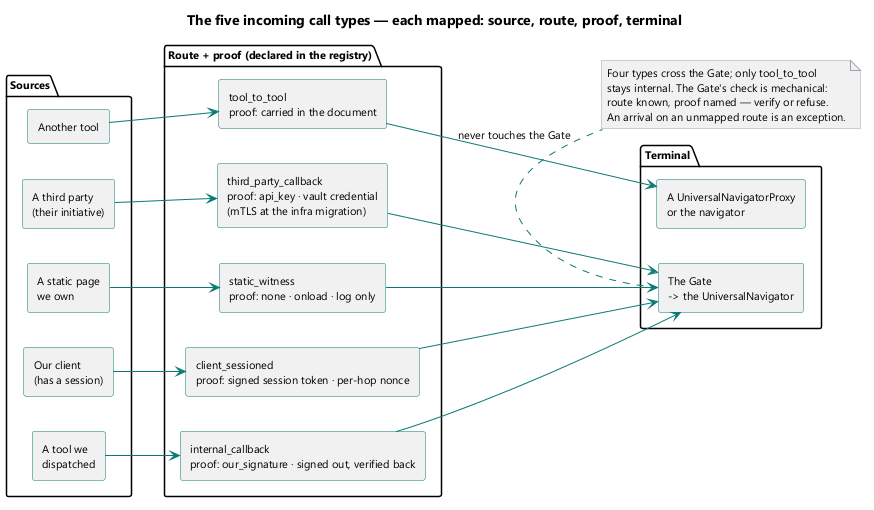
SkipSnow/ChatHealthyRepo keeps this PlantUML diagram as brain/machine_artifacts/diagramsAndImages/rendered/call_types_map.png. Above is the earlier version.
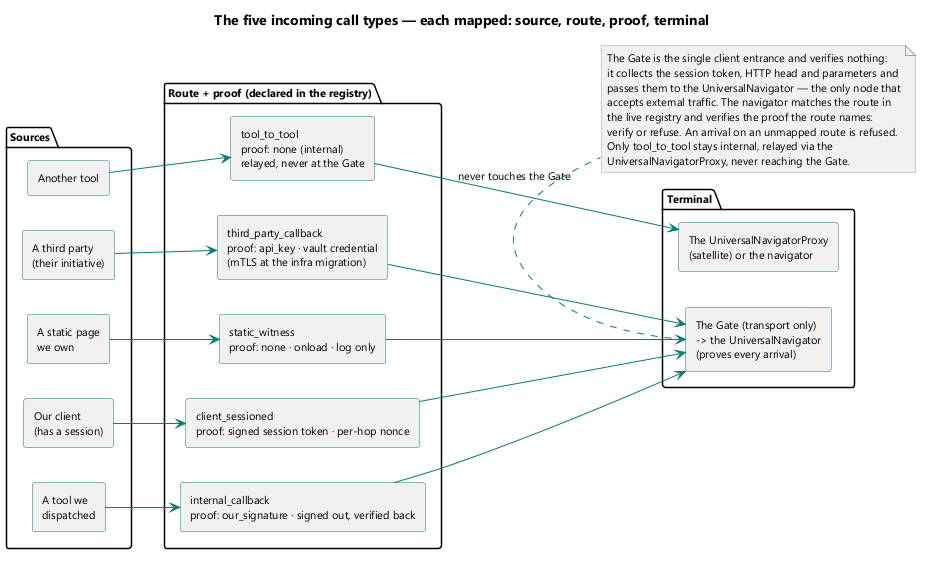
Above is the later version.

Change to the diagram source:
```diff
@@ -21,7 +21,7 @@
 }
 
 package "Route + proof (declared in the registry)" #fbfdfd {
-  [tool_to_tool\nproof: carried in the document] as R1
+  [tool_to_tool\nproof: none (internal)\nrelayed, never at the Gate] as R1
   [third_party_callback\nproof: api_key · vault credential\n(mTLS at the infra migration)] as R2
   [static_witness\nproof: none · onload · log only] as R3
   [client_sessioned\nproof: signed session token · per-hop nonce] as R4
@@ -29,8 +29,8 @@
 }
 
 package "Terminal" #fdfdfd {
-  [A UniversalNavigatorProxy\nor the navigator] as T1
-  [The Gate\n-> the UniversalNavigator] as TG
+  [The UniversalNavigatorProxy\n(satellite) or the navigator] as T1
+  [The Gate (transport only)\n-> the UniversalNavigator\n(proves every arrival)] as TG
 }
 
 S1 --> R1
@@ -46,9 +46,13 @@
 R5 --> TG
 
 note bottom of TG
-  Four types cross the Gate; only tool_to_tool
-  stays internal. The Gate's check is mechanical:
-  route known, proof named — verify or refuse.
-  An arrival on an unmapped route is an exception.
+  The Gate is the single client entrance and verifies nothing:
+  it collects the session token, HTTP head and parameters and
+  passes them to the UniversalNavigator — the only node that
+  accepts external traffic. The navigator matches the route in
+  the live registry and verifies the proof the route names:
+  verify or refuse. An arrival on an unmapped route is refused.
+  Only tool_to_tool stays internal, relayed via the
+  UniversalNavigatorProxy, never reaching the Gate.
 end note
 @enduml
```
